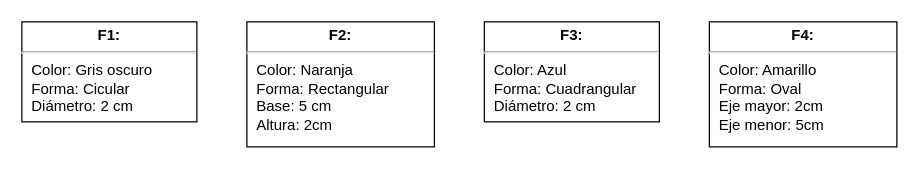
Above: Ejercicio_05.drawio in Trabajos-grupales/UML (draw.io), before the change. Source tidied: cells renumbered, new cells numbered last; positions are measured from the earlier drawing's top-left corner, leaving out a move shared by most shapes. Both pictures are drawn from the tidied source at 125%, with x=0, y=0 at pixel (21, 21).
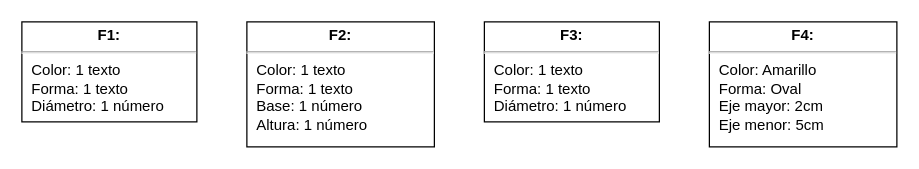
The same page after the edit.

What changed in the source:
```diff
@@
 <mxGraphModel>
   <root>
     <mxCell id="0" />
     <mxCell id="1" parent="0" />
-    <mxCell id="2" value="&lt;p style=&quot;margin:0px;margin-top:4px;text-align:center;&quot;&gt;&lt;b style=&quot;background-color: initial;&quot;&gt;F1:&lt;/b&gt;&lt;br&gt;&lt;/p&gt;&lt;hr&gt;&lt;p style=&quot;margin: 0px 0px 0px 8px;&quot;&gt;Color: Gris oscuro&lt;br&gt;Forma: Cicular&lt;/p&gt;&lt;p style=&quot;margin: 0px 0px 0px 8px;&quot;&gt;Diámetro: 2 cm&lt;/p&gt;" style="verticalAlign=top;align=left;overflow=fill;fontSize=12;fontFamily=Helvetica;html=1;" parent="1" vertex="1">
+    <mxCell id="2" value="&lt;p style=&quot;margin:0px;margin-top:4px;text-align:center;&quot;&gt;&lt;b style=&quot;background-color: initial;&quot;&gt;F1:&lt;/b&gt;&lt;br&gt;&lt;/p&gt;&lt;hr&gt;&lt;p style=&quot;margin: 0px 0px 0px 8px;&quot;&gt;Color: 1 texto&lt;br&gt;Forma: 1 texto&lt;/p&gt;&lt;p style=&quot;margin: 0px 0px 0px 8px;&quot;&gt;Diámetro: 1 número&lt;/p&gt;" style="verticalAlign=top;align=left;overflow=fill;fontSize=12;fontFamily=Helvetica;html=1;" parent="1" vertex="1">
       <mxGeometry width="140" height="80" as="geometry" />
     </mxCell>
-    <mxCell id="3" value="&lt;p style=&quot;margin:0px;margin-top:4px;text-align:center;&quot;&gt;&lt;b style=&quot;background-color: initial;&quot;&gt;F2:&lt;/b&gt;&lt;br&gt;&lt;/p&gt;&lt;hr&gt;&lt;p style=&quot;margin: 0px 0px 0px 8px;&quot;&gt;Color: Naranja&lt;br&gt;Forma: Rectangular&lt;/p&gt;&lt;p style=&quot;margin: 0px 0px 0px 8px;&quot;&gt;Base: 5 cm&lt;/p&gt;&lt;p style=&quot;margin: 0px 0px 0px 8px;&quot;&gt;Altura: 2cm&lt;/p&gt;&lt;p style=&quot;margin: 0px 0px 0px 8px;&quot;&gt;&lt;br&gt;&lt;/p&gt;&lt;p style=&quot;margin: 0px 0px 0px 8px;&quot;&gt;&lt;br&gt;&lt;/p&gt;" style="verticalAlign=top;align=left;overflow=fill;fontSize=12;fontFamily=Helvetica;html=1;" parent="1" vertex="1">
+    <mxCell id="3" value="&lt;p style=&quot;margin:0px;margin-top:4px;text-align:center;&quot;&gt;&lt;b style=&quot;background-color: initial;&quot;&gt;F2:&lt;/b&gt;&lt;br&gt;&lt;/p&gt;&lt;hr&gt;&lt;p style=&quot;margin: 0px 0px 0px 8px;&quot;&gt;Color: 1 texto&lt;br&gt;Forma: 1 texto&lt;/p&gt;&lt;p style=&quot;margin: 0px 0px 0px 8px;&quot;&gt;Base: 1 número&lt;/p&gt;&lt;p style=&quot;margin: 0px 0px 0px 8px;&quot;&gt;Altura: 1 número&lt;/p&gt;&lt;p style=&quot;margin: 0px 0px 0px 8px;&quot;&gt;&lt;br&gt;&lt;/p&gt;&lt;p style=&quot;margin: 0px 0px 0px 8px;&quot;&gt;&lt;br&gt;&lt;/p&gt;" style="verticalAlign=top;align=left;overflow=fill;fontSize=12;fontFamily=Helvetica;html=1;" parent="1" vertex="1">
       <mxGeometry x="180" width="150" height="100" as="geometry" />
     </mxCell>
-    <mxCell id="4" value="&lt;p style=&quot;margin:0px;margin-top:4px;text-align:center;&quot;&gt;&lt;b style=&quot;background-color: initial;&quot;&gt;F3:&lt;/b&gt;&lt;br&gt;&lt;/p&gt;&lt;hr&gt;&lt;p style=&quot;margin: 0px 0px 0px 8px;&quot;&gt;Color: Azul&lt;br&gt;Forma: Cuadrangular&lt;/p&gt;&lt;p style=&quot;margin: 0px 0px 0px 8px;&quot;&gt;Diámetro: 2 cm&lt;/p&gt;" style="verticalAlign=top;align=left;overflow=fill;fontSize=12;fontFamily=Helvetica;html=1;" parent="1" vertex="1">
+    <mxCell id="4" value="&lt;p style=&quot;margin:0px;margin-top:4px;text-align:center;&quot;&gt;&lt;b style=&quot;background-color: initial;&quot;&gt;F3:&lt;/b&gt;&lt;br&gt;&lt;/p&gt;&lt;hr&gt;&lt;p style=&quot;margin: 0px 0px 0px 8px;&quot;&gt;Color: 1 texto&lt;br&gt;Forma: 1 texto&lt;/p&gt;&lt;p style=&quot;margin: 0px 0px 0px 8px;&quot;&gt;Diámetro: 1 número&lt;/p&gt;" style="verticalAlign=top;align=left;overflow=fill;fontSize=12;fontFamily=Helvetica;html=1;" parent="1" vertex="1">
       <mxGeometry x="370" width="140" height="80" as="geometry" />
     </mxCell>
     <mxCell id="5" value="&lt;p style=&quot;margin:0px;margin-top:4px;text-align:center;&quot;&gt;&lt;b style=&quot;background-color: initial;&quot;&gt;F4:&lt;/b&gt;&lt;br&gt;&lt;/p&gt;&lt;hr&gt;&lt;p style=&quot;margin: 0px 0px 0px 8px;&quot;&gt;Color: Amarillo&lt;br&gt;Forma: Oval&lt;/p&gt;&lt;p style=&quot;margin: 0px 0px 0px 8px;&quot;&gt;Eje mayor: 2cm&lt;/p&gt;&lt;p style=&quot;margin: 0px 0px 0px 8px;&quot;&gt;Eje menor: 5cm&lt;/p&gt;&lt;p style=&quot;margin: 0px 0px 0px 8px;&quot;&gt;&lt;br&gt;&lt;/p&gt;&lt;p style=&quot;margin: 0px 0px 0px 8px;&quot;&gt;&lt;br&gt;&lt;/p&gt;" style="verticalAlign=top;align=left;overflow=fill;fontSize=12;fontFamily=Helvetica;html=1;" parent="1" vertex="1">
       <mxGeometry x="550" width="150" height="100" as="geometry" />
     </mxCell>
   </root>
 </mxGraphModel>
```
